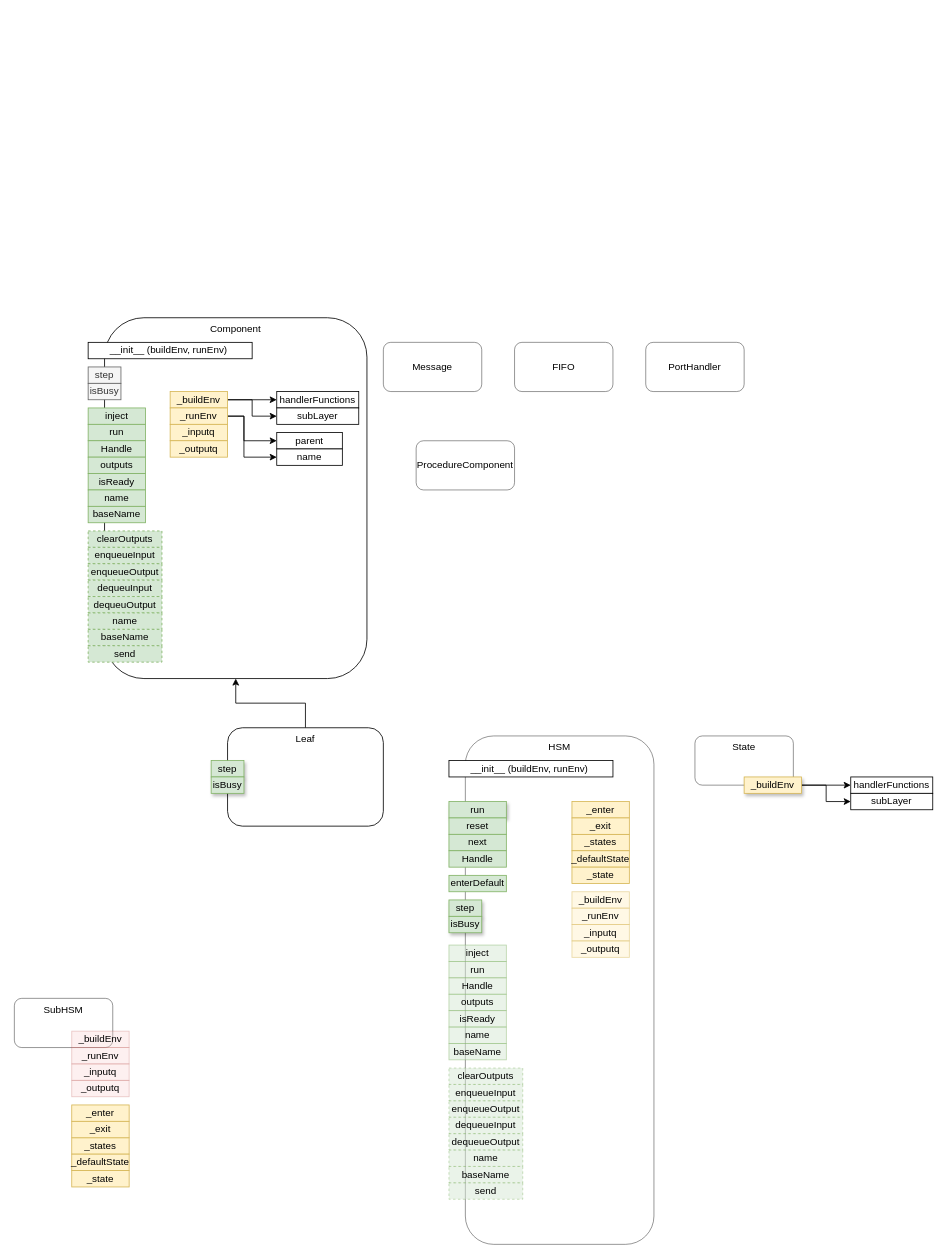
Before: asc.drawio in guitarvydas/asc3, a draw.io diagram. Source tidied: cells renumbered, new cells numbered last; positions are measured from the earlier drawing's top-left corner, leaving out a move shared by most shapes. Both pictures are drawn from the tidied source at 82%, with x=0, y=0 at pixel (14, 317).
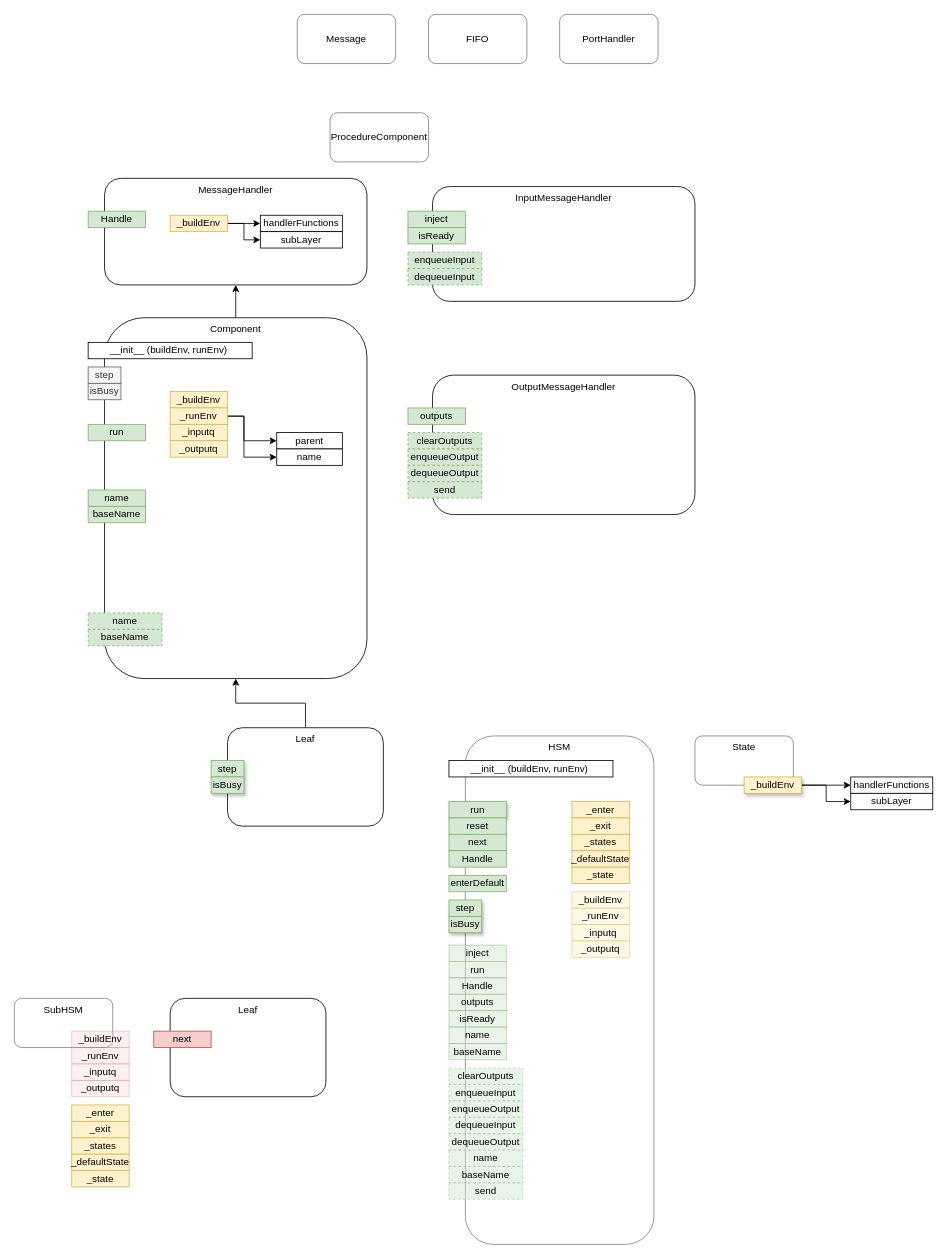
After the change.

Unchanged cells that the change refers to:
```xml
<mxCell id="2" value="Component" style="rounded=1;whiteSpace=wrap;html=1;verticalAlign=top;" parent="1" vertex="1">
  <mxGeometry x="110" width="320" height="440" as="geometry" />
</mxCell>
<mxCell id="22" value="_buildEnv" style="rounded=0;whiteSpace=wrap;html=1;verticalAlign=middle;align=center;fillColor=#fff2cc;strokeColor=#d6b656;" parent="1" vertex="1">
  <mxGeometry x="190" y="90" width="70" height="20" as="geometry" />
</mxCell>
```

What changed in the source:
```diff
@@
+    <mxCell id="90" value="OutputMessageHandler" style="rounded=1;whiteSpace=wrap;html=1;verticalAlign=top;" parent="1" vertex="1">
+      <mxGeometry x="510" y="70" width="320" height="170" as="geometry" />
+    </mxCell>
+    <mxCell id="91" value="InputMessageHandler" style="rounded=1;whiteSpace=wrap;html=1;verticalAlign=top;" parent="1" vertex="1">
+      <mxGeometry x="510" y="-160" width="320" height="140" as="geometry" />
+    </mxCell>
+    <mxCell id="92" value="MessageHandler" style="rounded=1;whiteSpace=wrap;html=1;verticalAlign=top;" parent="1" vertex="1">
+      <mxGeometry x="110" y="-170" width="320" height="130" as="geometry" />
+    </mxCell>
+    <mxCell id="93" style="edgeStyle=orthogonalEdgeStyle;rounded=0;jettySize=auto;html=1;exitX=0.5;exitY=0;exitDx=0;exitDy=0;" parent="1" edge="1" source="2" target="92">
+      <mxGeometry relative="1" as="geometry" />
+    </mxCell>
@@
     <mxCell id="5" value="inject" style="rounded=0;whiteSpace=wrap;html=1;verticalAlign=middle;align=center;fillColor=#d5e8d4;strokeColor=#82b366;" parent="1" vertex="1">
-      <mxGeometry x="90" y="110" width="70" height="20" as="geometry" />
+      <mxGeometry x="480" y="-130" width="70" height="20" as="geometry" />
     </mxCell>
@@
     <mxCell id="7" value="Handle" style="rounded=0;whiteSpace=wrap;html=1;verticalAlign=middle;align=center;fillColor=#d5e8d4;strokeColor=#82b366;" parent="1" vertex="1">
-      <mxGeometry x="90" y="150" width="70" height="20" as="geometry" />
+      <mxGeometry x="90" y="-130" width="70" height="20" as="geometry" />
     </mxCell>
     <mxCell id="8" value="outputs" style="rounded=0;whiteSpace=wrap;html=1;verticalAlign=middle;align=center;fillColor=#d5e8d4;strokeColor=#82b366;" parent="1" vertex="1">
-      <mxGeometry x="90" y="170" width="70" height="20" as="geometry" />
+      <mxGeometry x="480" y="110" width="70" height="20" as="geometry" />
     </mxCell>
     <mxCell id="9" value="isReady" style="rounded=0;whiteSpace=wrap;html=1;verticalAlign=middle;align=center;fillColor=#d5e8d4;strokeColor=#82b366;" parent="1" vertex="1">
-      <mxGeometry x="90" y="190" width="70" height="20" as="geometry" />
+      <mxGeometry x="480" y="-110" width="70" height="20" as="geometry" />
     </mxCell>
@@
     <mxCell id="12" value="clearOutputs" style="rounded=0;whiteSpace=wrap;html=1;verticalAlign=middle;align=center;fillColor=#d5e8d4;strokeColor=#82b366;dashed=1;" parent="1" vertex="1">
-      <mxGeometry x="90" y="260" width="90" height="20" as="geometry" />
+      <mxGeometry x="480" y="140" width="90" height="20" as="geometry" />
     </mxCell>
     <mxCell id="13" value="enqueueInput" style="rounded=0;whiteSpace=wrap;html=1;verticalAlign=middle;align=center;fillColor=#d5e8d4;strokeColor=#82b366;dashed=1;" parent="1" vertex="1">
-      <mxGeometry x="90" y="280" width="90" height="20" as="geometry" />
+      <mxGeometry x="480" y="-80" width="90" height="20" as="geometry" />
     </mxCell>
     <mxCell id="14" value="enqueueOutput" style="rounded=0;whiteSpace=wrap;html=1;verticalAlign=middle;align=center;fillColor=#d5e8d4;strokeColor=#82b366;dashed=1;" parent="1" vertex="1">
-      <mxGeometry x="90" y="300" width="90" height="20" as="geometry" />
+      <mxGeometry x="480" y="160" width="90" height="20" as="geometry" />
     </mxCell>
-    <mxCell id="15" value="dequeuInput" style="rounded=0;whiteSpace=wrap;html=1;verticalAlign=middle;align=center;fillColor=#d5e8d4;strokeColor=#82b366;dashed=1;" parent="1" vertex="1">
-      <mxGeometry x="90" y="320" width="90" height="20" as="geometry" />
+    <mxCell id="15" value="dequeueInput" style="rounded=0;whiteSpace=wrap;html=1;verticalAlign=middle;align=center;fillColor=#d5e8d4;strokeColor=#82b366;dashed=1;" parent="1" vertex="1">
+      <mxGeometry x="480" y="-60" width="90" height="20" as="geometry" />
     </mxCell>
-    <mxCell id="16" value="dequeuOutput" style="rounded=0;whiteSpace=wrap;html=1;verticalAlign=middle;align=center;fillColor=#d5e8d4;strokeColor=#82b366;dashed=1;" parent="1" vertex="1">
-      <mxGeometry x="90" y="340" width="90" height="20" as="geometry" />
+    <mxCell id="16" value="dequeueOutput" style="rounded=0;whiteSpace=wrap;html=1;verticalAlign=middle;align=center;fillColor=#d5e8d4;strokeColor=#82b366;dashed=1;" parent="1" vertex="1">
+      <mxGeometry x="480" y="180" width="90" height="20" as="geometry" />
     </mxCell>
@@
     <mxCell id="19" value="send" style="rounded=0;whiteSpace=wrap;html=1;verticalAlign=middle;align=center;fillColor=#d5e8d4;strokeColor=#82b366;dashed=1;" parent="1" vertex="1">
-      <mxGeometry x="90" y="400" width="90" height="20" as="geometry" />
+      <mxGeometry x="480" y="200" width="90" height="20" as="geometry" />
     </mxCell>
-    <mxCell id="20" style="edgeStyle=orthogonalEdgeStyle;rounded=0;jettySize=auto;html=1;exitX=1;exitY=0.5;exitDx=0;exitDy=0;entryX=0;entryY=0.5;entryDx=0;entryDy=0;" parent="1" edge="1" source="22" target="41">
-      <mxGeometry relative="1" as="geometry" />
-    </mxCell>
-    <mxCell id="21" style="edgeStyle=orthogonalEdgeStyle;rounded=0;jettySize=auto;html=1;exitX=1;exitY=0.5;exitDx=0;exitDy=0;entryX=0;entryY=0.5;entryDx=0;entryDy=0;" parent="1" edge="1" source="22" target="42">
-      <mxGeometry relative="1" as="geometry" />
-    </mxCell>
@@
     <mxCell id="32" value="Message" style="rounded=1;whiteSpace=wrap;html=1;opacity=50;align=center;" parent="1" vertex="1">
-      <mxGeometry x="450" y="30" width="120" height="60" as="geometry" />
+      <mxGeometry x="345" y="-370" width="120" height="60" as="geometry" />
     </mxCell>
     <mxCell id="33" value="FIFO" style="rounded=1;whiteSpace=wrap;html=1;opacity=50;align=center;" parent="1" vertex="1">
-      <mxGeometry x="610" y="30" width="120" height="60" as="geometry" />
+      <mxGeometry x="505" y="-370" width="120" height="60" as="geometry" />
     </mxCell>
     <mxCell id="34" value="PortHandler" style="rounded=1;whiteSpace=wrap;html=1;opacity=50;align=center;" parent="1" vertex="1">
-      <mxGeometry x="770" y="30" width="120" height="60" as="geometry" />
+      <mxGeometry x="665" y="-370" width="120" height="60" as="geometry" />
     </mxCell>
     <mxCell id="35" value="ProcedureComponent" style="rounded=1;whiteSpace=wrap;html=1;opacity=50;align=center;" parent="1" vertex="1">
-      <mxGeometry x="490" y="150" width="120" height="60" as="geometry" />
+      <mxGeometry x="385" y="-250" width="120" height="60" as="geometry" />
     </mxCell>
@@
-    <mxCell id="41" value="handlerFunctions" style="rounded=0;whiteSpace=wrap;html=1;verticalAlign=middle;align=center;" parent="1" vertex="1">
-      <mxGeometry x="320" y="90" width="100" height="20" as="geometry" />
-    </mxCell>
-    <mxCell id="42" value="subLayer" style="rounded=0;whiteSpace=wrap;html=1;verticalAlign=middle;align=center;" parent="1" vertex="1">
-      <mxGeometry x="320" y="110" width="100" height="20" as="geometry" />
-    </mxCell>
@@
+    <mxCell id="94" style="edgeStyle=orthogonalEdgeStyle;rounded=0;jettySize=auto;html=1;exitX=1;exitY=0.5;exitDx=0;exitDy=0;entryX=0;entryY=0.5;entryDx=0;entryDy=0;" parent="1" edge="1" source="96" target="41">
+      <mxGeometry relative="1" as="geometry" />
+    </mxCell>
+    <mxCell id="95" style="edgeStyle=orthogonalEdgeStyle;rounded=0;jettySize=auto;html=1;exitX=1;exitY=0.5;exitDx=0;exitDy=0;entryX=0;entryY=0.5;entryDx=0;entryDy=0;" parent="1" edge="1" source="96" target="42">
+      <mxGeometry relative="1" as="geometry" />
+    </mxCell>
+    <mxCell id="96" value="_buildEnv" style="rounded=0;whiteSpace=wrap;html=1;verticalAlign=middle;align=center;fillColor=#fff2cc;strokeColor=#d6b656;" parent="1" vertex="1">
+      <mxGeometry x="190" y="-125" width="70" height="20" as="geometry" />
+    </mxCell>
+    <mxCell id="41" value="handlerFunctions" style="rounded=0;whiteSpace=wrap;html=1;verticalAlign=middle;align=center;" parent="1" vertex="1">
+      <mxGeometry x="300" y="-125" width="100" height="20" as="geometry" />
+    </mxCell>
+    <mxCell id="42" value="subLayer" style="rounded=0;whiteSpace=wrap;html=1;verticalAlign=middle;align=center;" parent="1" vertex="1">
+      <mxGeometry x="300" y="-105" width="100" height="20" as="geometry" />
+    </mxCell>
+    <mxCell id="97" value="Leaf" style="rounded=1;whiteSpace=wrap;html=1;verticalAlign=top;" parent="1" vertex="1">
+      <mxGeometry x="190" y="830" width="190" height="120" as="geometry" />
+    </mxCell>
+    <mxCell id="98" value="next" style="rounded=0;whiteSpace=wrap;html=1;verticalAlign=middle;align=center;fillColor=#f8cecc;strokeColor=#b85450;" parent="1" vertex="1">
+      <mxGeometry x="170" y="870" width="70" height="20" as="geometry" />
+    </mxCell>
```
